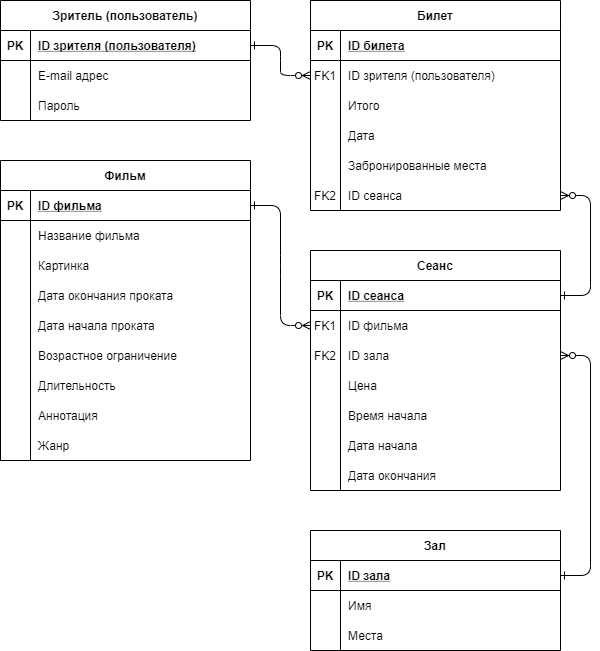
This is images and schemes/logic model.png from xreyaf/cinema-app, a draw.io export, as it was before one commit. Source tidied: cells renumbered, new cells last; positions are measured from the earlier drawing's top-left corner, leaving out a move shared by most shapes.
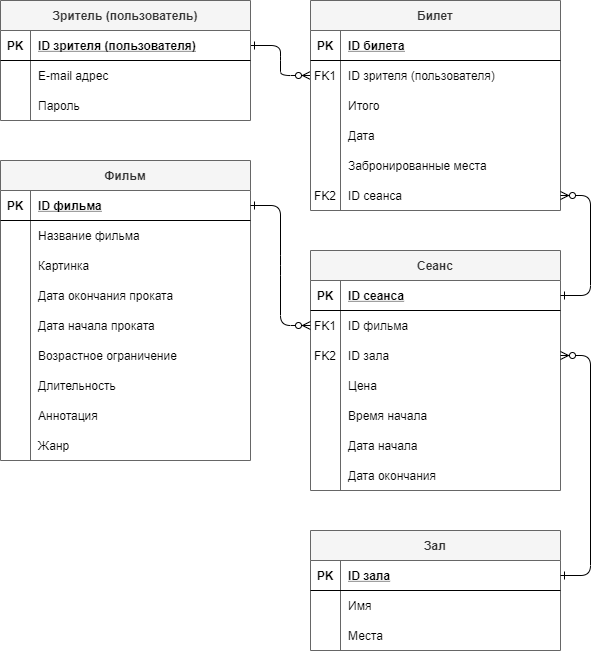
Above is the later version.

Diff of the diagram source:
```diff
@@ -5,7 +5,7 @@
     <mxCell id="2" style="edgeStyle=entityRelationEdgeStyle;endArrow=ERzeroToMany;startArrow=ERone;endFill=1;startFill=0;" parent="1" edge="1" source="45" target="7">
       <mxGeometry relative="1" as="geometry" />
     </mxCell>
-    <mxCell id="3" value="Билет" style="shape=table;startSize=30;rowLines=0;fontStyle=1;align=center;" parent="1" vertex="1">
+    <mxCell id="3" value="Билет" style="shape=table;startSize=30;rowLines=0;fontStyle=1;align=center;fillColor=#f5f5f5;strokeColor=#666666;fontColor=#333333;" parent="1" vertex="1">
       <mxGeometry x="310" width="250" height="210" as="geometry" />
     </mxCell>
     <mxCell id="4" style="shape=partialRectangle;fillColor=none;top=0;left=0;right=0;bottom=1;" parent="3" vertex="1">
@@ -62,7 +62,7 @@
     <mxCell id="21" value="ID сеанса" style="shape=partialRectangle;overflow=hidden;fillColor=none;top=0;left=0;bottom=0;right=0;align=left;spacingLeft=6;fontStyle=0;" parent="19" vertex="1">
       <mxGeometry x="30" width="220" height="30" as="geometry" />
     </mxCell>
-    <mxCell id="22" value="Сеанс" style="shape=table;startSize=30;rowLines=0;fontStyle=1;align=center;" parent="1" vertex="1">
+    <mxCell id="22" value="Сеанс" style="shape=table;startSize=30;rowLines=0;fontStyle=1;align=center;fillColor=#f5f5f5;strokeColor=#666666;fontColor=#333333;" parent="1" vertex="1">
       <mxGeometry x="310" y="250" width="250" height="240" as="geometry" />
     </mxCell>
     <mxCell id="23" style="shape=partialRectangle;fillColor=none;points=[[0,0.5],[1,0.5]];portConstraint=eastwest;top=0;left=0;right=0;bottom=1;" parent="22" vertex="1">
@@ -128,7 +128,7 @@
     <mxCell id="43" value="Дата окончания" style="shape=partialRectangle;overflow=hidden;fillColor=none;top=0;left=0;bottom=0;right=0;align=left;spacingLeft=6;" parent="41" vertex="1">
       <mxGeometry x="30" width="220" height="30" as="geometry" />
     </mxCell>
-    <mxCell id="44" value="Зритель (пользователь)" style="shape=table;startSize=30;rowLines=0;fontStyle=1;align=center;" parent="1" vertex="1">
+    <mxCell id="44" value="Зритель (пользователь)" style="shape=table;startSize=30;rowLines=0;fontStyle=1;align=center;fillColor=#f5f5f5;strokeColor=#666666;fontColor=#333333;" parent="1" vertex="1">
       <mxGeometry width="250" height="120" as="geometry" />
     </mxCell>
     <mxCell id="45" style="shape=partialRectangle;fillColor=none;points=[[0,0.5],[1,0.5]];portConstraint=eastwest;top=0;left=0;right=0;bottom=1;" parent="44" vertex="1">
@@ -158,7 +158,7 @@
     <mxCell id="53" value="Пароль" style="shape=partialRectangle;overflow=hidden;fillColor=none;top=0;left=0;bottom=0;right=0;align=left;spacingLeft=6;" parent="51" vertex="1">
       <mxGeometry x="30" width="220" height="30" as="geometry" />
     </mxCell>
-    <mxCell id="54" value="Фильм" style="shape=table;startSize=30;rowLines=0;fontStyle=1;align=center;" parent="1" vertex="1">
+    <mxCell id="54" value="Фильм" style="shape=table;startSize=30;rowLines=0;fontStyle=1;align=center;fillColor=#f5f5f5;strokeColor=#666666;fontColor=#333333;" parent="1" vertex="1">
       <mxGeometry y="160" width="250" height="300" as="geometry" />
     </mxCell>
     <mxCell id="55" style="shape=partialRectangle;fillColor=none;points=[[0,0.5],[1,0.5]];portConstraint=eastwest;top=0;left=0;right=0;bottom=1;" parent="54" vertex="1">
@@ -242,7 +242,7 @@
     <mxCell id="81" value="Жанр" style="shape=partialRectangle;overflow=hidden;fillColor=none;top=0;left=0;bottom=0;right=0;align=left;spacingLeft=6;" parent="79" vertex="1">
       <mxGeometry x="30" width="220" height="30" as="geometry" />
     </mxCell>
-    <mxCell id="82" value="Зал" style="shape=table;startSize=30;rowLines=0;fontStyle=1;align=center;" parent="1" vertex="1">
+    <mxCell id="82" value="Зал" style="shape=table;startSize=30;rowLines=0;fontStyle=1;align=center;fillColor=#f5f5f5;strokeColor=#666666;fontColor=#333333;" parent="1" vertex="1">
       <mxGeometry x="310" y="530" width="250" height="120" as="geometry" />
     </mxCell>
     <mxCell id="83" style="shape=partialRectangle;fillColor=none;points=[[0,0.5],[1,0.5]];portConstraint=eastwest;top=0;left=0;right=0;bottom=1;" parent="82" vertex="1">
```
